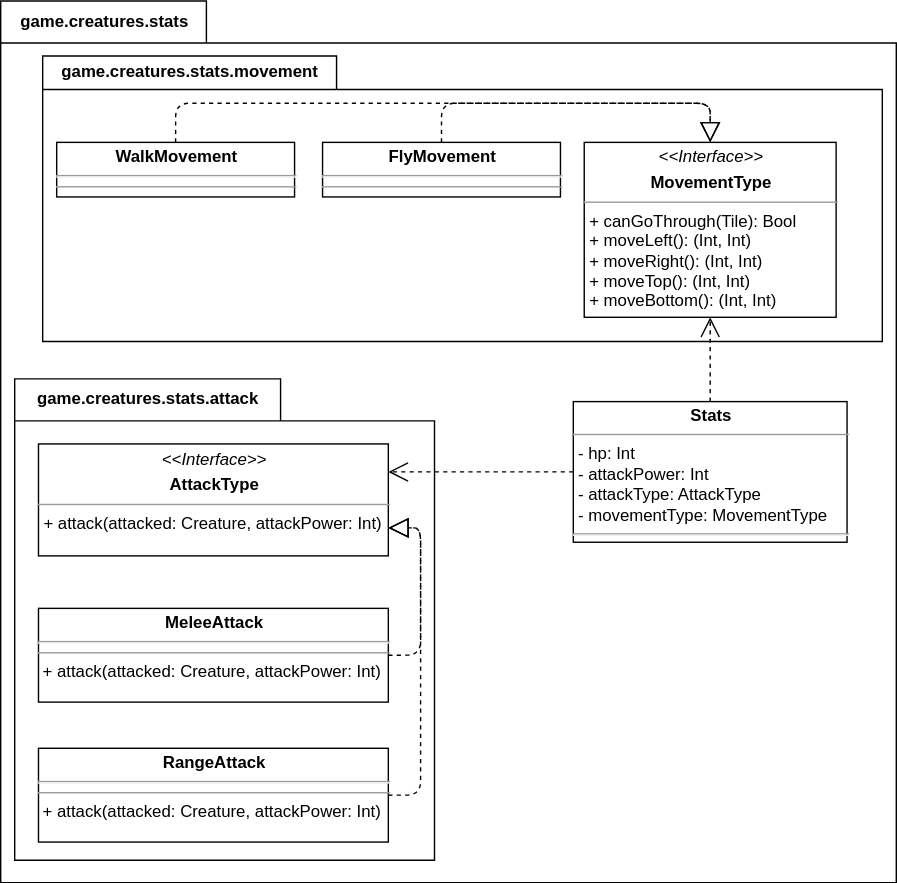
This is hw2/img/stats-classes.svg from rprtr258/program-architecture-homeworks, a draw.io export, as it was before one commit. Source tidied: cells renumbered, new cells last; positions are measured from the earlier drawing's top-left corner, leaving out a move shared by most shapes.
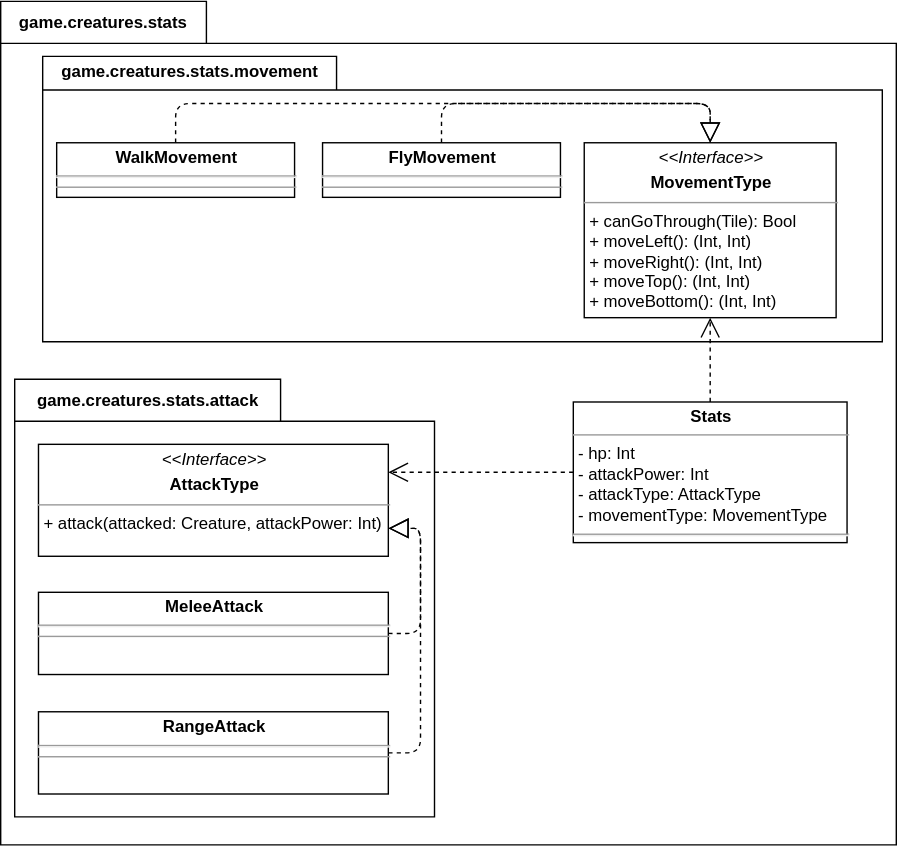
After the change.

What changed in the source:
```diff
@@ -3,13 +3,13 @@
     <mxCell id="0" />
     <mxCell id="1" parent="0" />
     <mxCell id="2" value="game.creatures.stats" style="shape=folder;fontStyle=1;tabWidth=147;tabHeight=30;tabPosition=left;html=1;boundedLbl=1;labelInHeader=1;" parent="1" vertex="1">
-      <mxGeometry y="0.2" width="640" height="630" as="geometry" />
+      <mxGeometry y="0.2" width="640" height="602.8" as="geometry" />
     </mxCell>
     <mxCell id="3" value="game.creatures.stats.movement" style="shape=folder;fontStyle=1;tabWidth=210;tabHeight=24;tabPosition=left;html=1;boundedLbl=1;labelInHeader=1;" parent="1" vertex="1">
       <mxGeometry x="30" y="39.5" width="600" height="204" as="geometry" />
     </mxCell>
     <mxCell id="4" value="game.creatures.stats.attack" style="shape=folder;fontStyle=1;tabWidth=190;tabHeight=30;tabPosition=left;html=1;boundedLbl=1;labelInHeader=1;" parent="1" vertex="1">
-      <mxGeometry x="10" y="270.2" width="300" height="344" as="geometry" />
+      <mxGeometry x="10" y="270.2" width="300" height="312.8" as="geometry" />
     </mxCell>
     <mxCell id="5" value="&lt;p style=&quot;margin: 0px ; margin-top: 4px ; text-align: center&quot;&gt;&lt;i&gt;&amp;lt;&amp;lt;Interface&amp;gt;&amp;gt;&lt;/i&gt;&lt;br&gt;&lt;/p&gt;&lt;p style=&quot;margin: 0px ; margin-top: 4px ; text-align: center&quot;&gt;&lt;b&gt;AttackType&lt;/b&gt;&lt;/p&gt;&lt;hr size=&quot;1&quot;&gt;&lt;p style=&quot;margin: 0px ; margin-left: 4px&quot;&gt;+ attack(attacked: Creature, attackPower: Int)&lt;/p&gt;" style="verticalAlign=top;align=left;overflow=fill;fontSize=12;fontFamily=Helvetica;html=1;" parent="1" vertex="1">
       <mxGeometry x="27" y="316.7" width="250" height="80" as="geometry" />
@@ -20,11 +20,11 @@
     <mxCell id="7" value="&lt;p style=&quot;margin: 4px 0px 0px ; text-align: center&quot;&gt;&lt;b&gt;Stats&lt;/b&gt;&lt;/p&gt;&lt;hr size=&quot;1&quot;&gt;&lt;p style=&quot;margin: 0px 0px 0px 4px&quot;&gt;- hp: Int&lt;/p&gt;&lt;p style=&quot;margin: 0px 0px 0px 4px&quot;&gt;- attackPower: Int&lt;/p&gt;&lt;p style=&quot;margin: 0px 0px 0px 4px&quot;&gt;- attackType: AttackType&lt;/p&gt;&lt;p style=&quot;margin: 0px 0px 0px 4px&quot;&gt;- movementType: MovementType&lt;/p&gt;&lt;hr&gt;" style="verticalAlign=top;align=left;overflow=fill;fontSize=12;fontFamily=Helvetica;html=1;" parent="1" vertex="1">
       <mxGeometry x="409.2" y="286.5" width="195.6" height="100.5" as="geometry" />
     </mxCell>
-    <mxCell id="8" value="&lt;p style=&quot;margin: 0px ; margin-top: 4px ; text-align: center&quot;&gt;&lt;b&gt;MeleeAttack&lt;/b&gt;&lt;/p&gt;&lt;hr&gt;&lt;hr size=&quot;1&quot;&gt;&amp;nbsp;+ attack(attacked: Creature, attackPower: Int)" style="verticalAlign=top;align=left;overflow=fill;fontSize=12;fontFamily=Helvetica;html=1;" parent="1" vertex="1">
-      <mxGeometry x="27" y="434.2" width="250" height="67" as="geometry" />
+    <mxCell id="8" value="&lt;p style=&quot;margin: 0px ; margin-top: 4px ; text-align: center&quot;&gt;&lt;b&gt;MeleeAttack&lt;/b&gt;&lt;/p&gt;&lt;hr&gt;&lt;hr size=&quot;1&quot;&gt;" style="verticalAlign=top;align=left;overflow=fill;fontSize=12;fontFamily=Helvetica;html=1;" parent="1" vertex="1">
+      <mxGeometry x="27" y="422.5" width="250" height="58.8" as="geometry" />
     </mxCell>
-    <mxCell id="9" value="&lt;p style=&quot;margin: 0px ; margin-top: 4px ; text-align: center&quot;&gt;&lt;b&gt;RangeAttack&lt;/b&gt;&lt;/p&gt;&lt;hr&gt;&lt;hr size=&quot;1&quot;&gt;&amp;nbsp;+ attack(attacked: Creature, attackPower: Int)" style="verticalAlign=top;align=left;overflow=fill;fontSize=12;fontFamily=Helvetica;html=1;" parent="1" vertex="1">
-      <mxGeometry x="27" y="534.2" width="250" height="67" as="geometry" />
+    <mxCell id="9" value="&lt;p style=&quot;margin: 0px ; margin-top: 4px ; text-align: center&quot;&gt;&lt;b&gt;RangeAttack&lt;/b&gt;&lt;/p&gt;&lt;hr&gt;&lt;hr size=&quot;1&quot;&gt;" style="verticalAlign=top;align=left;overflow=fill;fontSize=12;fontFamily=Helvetica;html=1;" parent="1" vertex="1">
+      <mxGeometry x="27" y="507.9" width="250" height="58.8" as="geometry" />
     </mxCell>
     <mxCell id="10" value="&lt;p style=&quot;margin: 0px ; margin-top: 4px ; text-align: center&quot;&gt;&lt;b&gt;WalkMovement&lt;/b&gt;&lt;/p&gt;&lt;hr&gt;&lt;hr size=&quot;1&quot;&gt;&lt;p style=&quot;margin: 0px 0px 0px 4px&quot;&gt;&lt;br&gt;&lt;/p&gt;" style="verticalAlign=top;align=left;overflow=fill;fontSize=12;fontFamily=Helvetica;html=1;" parent="1" vertex="1">
       <mxGeometry x="40" y="101.2" width="170" height="39" as="geometry" />
@@ -57,16 +57,16 @@
     <mxCell id="16" style="endArrow=block;endFill=0;endSize=12;html=1;dashed=1;exitX=1;exitY=0.5;exitDx=0;exitDy=0;entryX=1;entryY=0.75;entryDx=0;entryDy=0;edgeStyle=orthogonalEdgeStyle;" parent="1" edge="1" source="9" target="5">
       <mxGeometry relative="1" as="geometry">
         <Array as="points">
-          <mxPoint x="300" y="568.2" />
-          <mxPoint x="300" y="377.2" />
+          <mxPoint x="300" y="537" />
+          <mxPoint x="300" y="377" />
         </Array>
       </mxGeometry>
     </mxCell>
     <mxCell id="17" style="endArrow=block;endFill=0;endSize=12;html=1;dashed=1;exitX=1;exitY=0.5;exitDx=0;exitDy=0;entryX=1;entryY=0.75;entryDx=0;entryDy=0;edgeStyle=orthogonalEdgeStyle;" parent="1" edge="1" source="8" target="5">
       <mxGeometry relative="1" as="geometry">
         <Array as="points">
-          <mxPoint x="300" y="468.2" />
-          <mxPoint x="300" y="377.2" />
+          <mxPoint x="300" y="452" />
+          <mxPoint x="300" y="377" />
         </Array>
       </mxGeometry>
     </mxCell>
```
